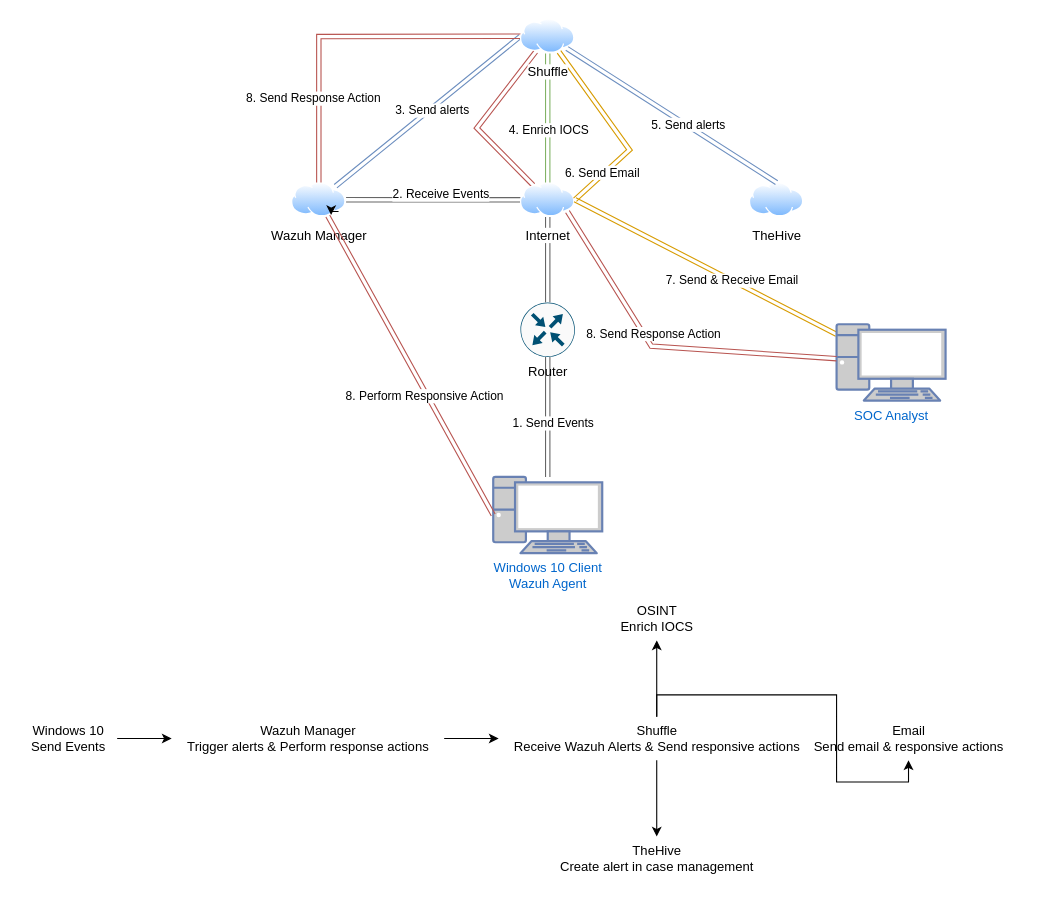
The draw.io diagram SOCAutomationProject.drawio in felixphlu/CTFs, before the edit. Source tidied: cells renumbered, new cells numbered last; positions are measured from the earlier drawing's top-left corner, leaving out a move shared by most shapes. Both pictures are drawn from the tidied source at 109%, with x=0, y=0 at pixel (19, 19).
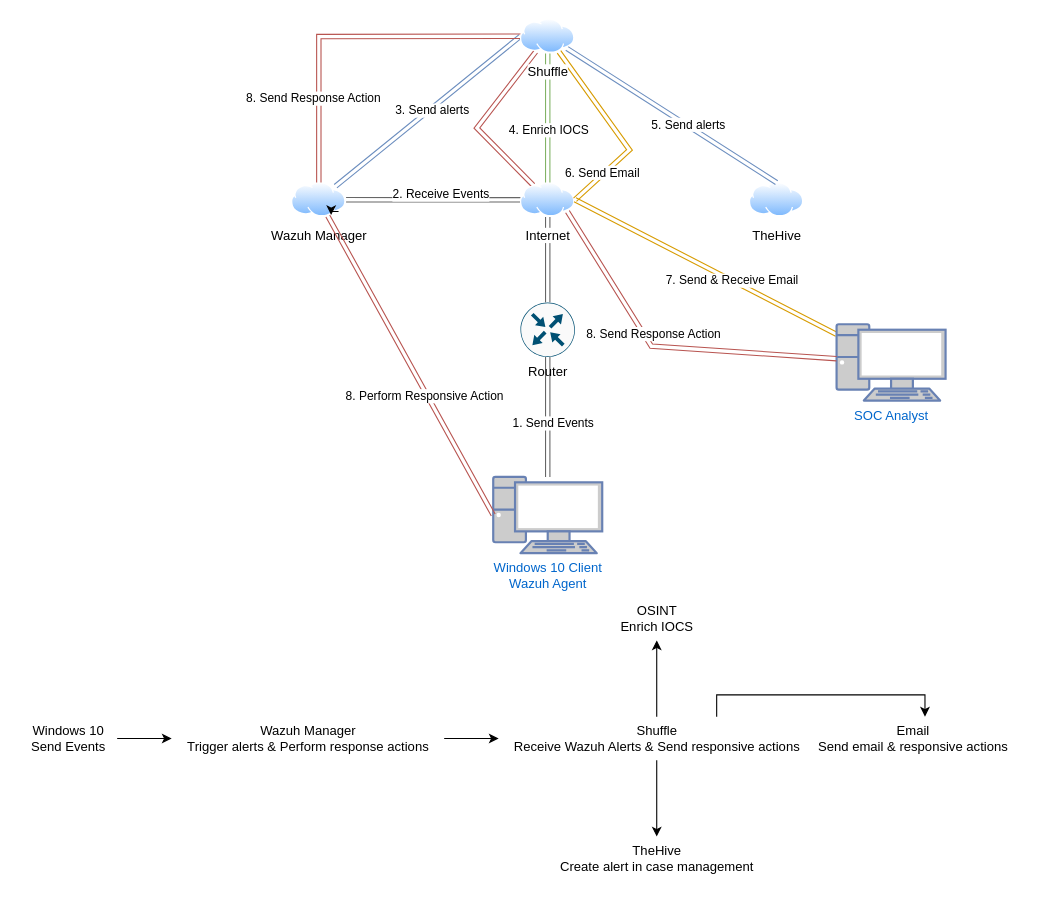
The same page after the edit.

Unchanged cells that the change refers to:
```xml
<mxCell id="39" value="Shuffle&lt;br&gt;Receive Wazuh Alerts &amp;amp; Send responsive actions" style="text;html=1;align=center;verticalAlign=middle;points=[];strokeColor=none;fillColor=none;" parent="1" vertex="1">
  <mxGeometry x="440" y="640" width="290" height="40" as="geometry" />
</mxCell>
```

Change to the diagram source:
```diff
@@
-    <mxCell id="38" style="edgeStyle=orthogonalEdgeStyle;rounded=0;jettySize=auto;html=1;" parent="1" edge="1" source="39" target="42">
-      <mxGeometry relative="1" as="geometry" />
+    <mxCell id="38" style="edgeStyle=orthogonalEdgeStyle;rounded=0;jettySize=auto;html=1;" parent="1" edge="1" source="39">
+      <mxGeometry relative="1" as="geometry">
+        <mxPoint x="831.1" y="640" as="targetPoint" />
+        <Array as="points">
+          <mxPoint x="640" y="620" />
+          <mxPoint x="831" y="620" />
+        </Array>
+      </mxGeometry>
     </mxCell>
@@
     <mxCell id="42" value="Email&lt;br&gt;Send email &amp;amp; responsive actions" style="text;html=1;align=center;verticalAlign=middle;points=[];strokeColor=none;fillColor=none;" parent="1" vertex="1">
-      <mxGeometry x="716" y="640" width="200" height="40" as="geometry" />
+      <mxGeometry x="720" y="640" width="200" height="40" as="geometry" />
     </mxCell>
```
